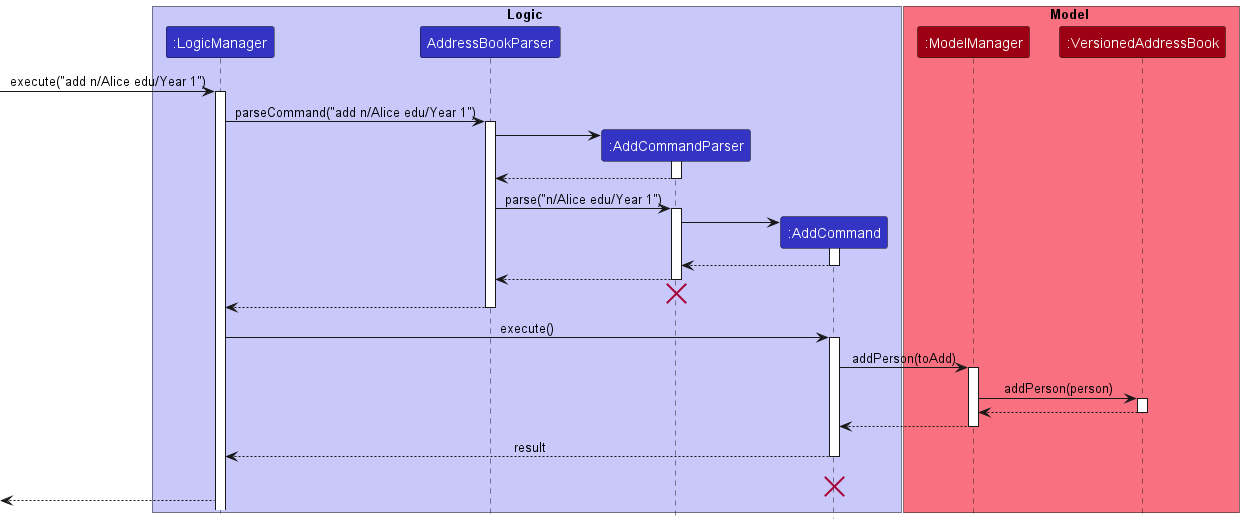
Before: docs/images/AddSequenceDiagram.png, a diagram exported from PlantUML (nus-cs2103-AY2223S2/tp).
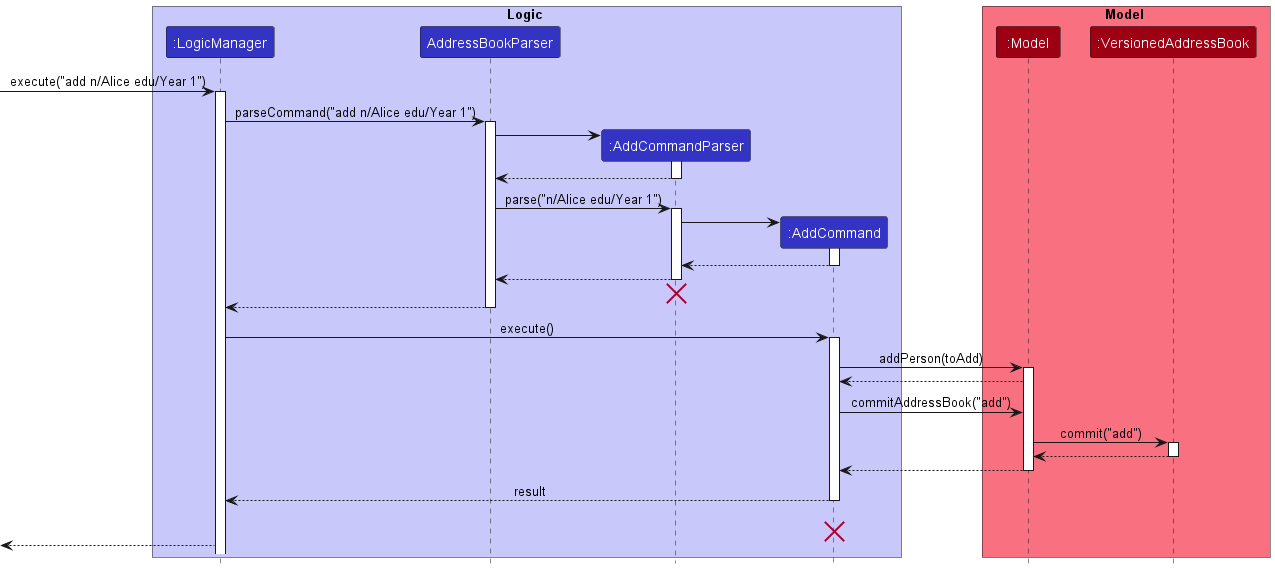
The same diagram one commit later.

Commit message:
Update sequence diagrams up to undo redo

The edit, as a diff of the source:
```diff
@@ -9,7 +9,7 @@
 end box
 
 box Model MODEL_COLOR_T1
-participant ":ModelManager" as ModelManager MODEL_COLOR
+participant ":Model" as Model MODEL_COLOR
 participant ":VersionedAddressBook" as VersionedAddressBook MODEL_COLOR
 end box
 [-> LogicManager : execute("add n/Alice edu/Year 1")
@@ -46,16 +46,21 @@
 LogicManager -> AddCommand : execute()
 activate AddCommand
 
-AddCommand -> ModelManager : addPerson(toAdd)
-activate ModelManager
+AddCommand -> Model : addPerson(toAdd)
+activate Model
 
-ModelManager -> VersionedAddressBook : addPerson(person)
+Model --> AddCommand
+
+AddCommand -> Model : commitAddressBook("add")
+
+Model -> VersionedAddressBook : commit("add")
 activate VersionedAddressBook
-VersionedAddressBook --> ModelManager
+
+VersionedAddressBook --> Model
 deactivate VersionedAddressBook
 
-ModelManager --> AddCommand
-deactivate ModelManager
+Model --> AddCommand
+deactivate Model
 
 AddCommand --> LogicManager: result
 deactivate AddCommand
```
